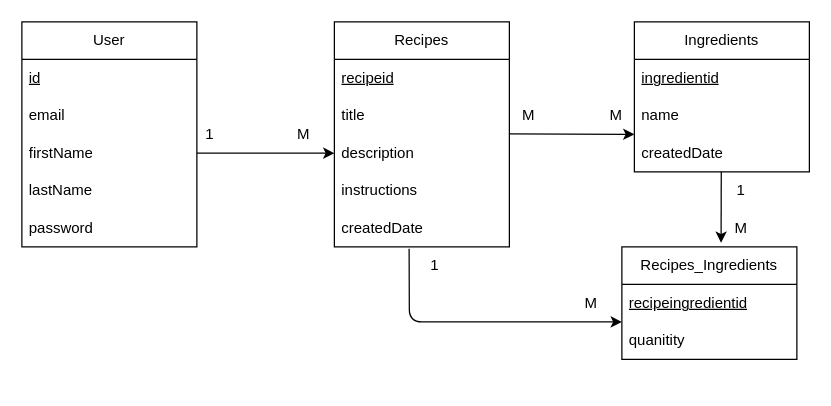
The draw.io diagram designs/Database.drawio in Linara2/AI_PHP_Recipe_Tracker_new, before the edit. Source tidied: cells renumbered, new cells numbered last; positions are measured from the earlier drawing's top-left corner, leaving out a move shared by most shapes. Both pictures are drawn from the tidied source at 125%, with x=0, y=0 at pixel (21, 21).
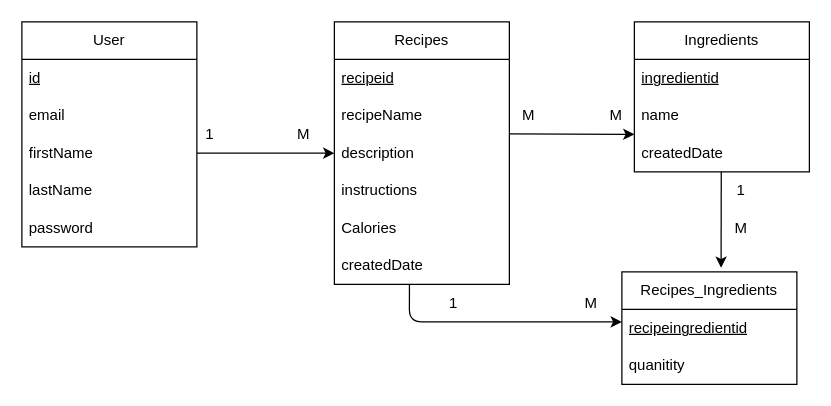
The same diagram, later.

What changed in the source:
```diff
@@
     <mxCell id="8" value="Recipes" style="swimlane;fontStyle=0;horizontal=1;startSize=30;whiteSpace=wrap;html=1;" parent="1" vertex="1">
-      <mxGeometry x="250" width="140" height="180" as="geometry" />
+      <mxGeometry x="250" width="140" height="210" as="geometry" />
     </mxCell>
@@
-    <mxCell id="10" value="title" style="text;strokeColor=none;fillColor=none;align=left;verticalAlign=middle;spacingLeft=4;spacingRight=4;overflow=hidden;whiteSpace=wrap;html=1;" parent="8" vertex="1">
+    <mxCell id="10" value="recipeName" style="text;strokeColor=none;fillColor=none;align=left;verticalAlign=middle;spacingLeft=4;spacingRight=4;overflow=hidden;whiteSpace=wrap;html=1;" parent="8" vertex="1">
       <mxGeometry y="60" width="140" height="30" as="geometry" />
     </mxCell>
@@
-    <mxCell id="13" value="createdDate" style="text;strokeColor=none;fillColor=none;align=left;verticalAlign=middle;spacingLeft=4;spacingRight=4;overflow=hidden;points=[[0,0.5],[1,0.5]];portConstraint=eastwest;whiteSpace=wrap;html=1;" parent="8" vertex="1">
+    <mxCell id="13" value="Calories&amp;nbsp;" style="text;strokeColor=none;fillColor=none;align=left;verticalAlign=middle;spacingLeft=4;spacingRight=4;overflow=hidden;points=[[0,0.5],[1,0.5]];portConstraint=eastwest;whiteSpace=wrap;html=1;" parent="8" vertex="1">
       <mxGeometry y="150" width="140" height="30" as="geometry" />
     </mxCell>
+    <mxCell id="33" value="createdDate" style="text;strokeColor=none;fillColor=none;align=left;verticalAlign=middle;spacingLeft=4;spacingRight=4;overflow=hidden;points=[[0,0.5],[1,0.5]];portConstraint=eastwest;whiteSpace=wrap;html=1;" parent="8" vertex="1">
+      <mxGeometry y="180" width="140" height="30" as="geometry" />
+    </mxCell>
@@
     <mxCell id="18" value="Recipes_Ingredients" style="swimlane;fontStyle=0;horizontal=1;startSize=30;whiteSpace=wrap;html=1;" parent="1" vertex="1">
-      <mxGeometry x="480" y="180" width="140" height="90" as="geometry" />
+      <mxGeometry x="480" y="200" width="140" height="90" as="geometry" />
     </mxCell>
@@
-    <mxCell id="27" style="edgeStyle=none;html=1;fontSize=12;exitX=0.427;exitY=1.053;exitDx=0;exitDy=0;exitPerimeter=0;" parent="1" edge="1" source="13">
+    <mxCell id="27" style="edgeStyle=none;html=1;fontSize=12;exitX=0.429;exitY=1;exitDx=0;exitDy=0;exitPerimeter=0;" parent="1" edge="1" source="33">
       <mxGeometry relative="1" as="geometry">
         <mxPoint x="480" y="240" as="targetPoint" />
         <Array as="points">
           <mxPoint x="310" y="240" />
         </Array>
       </mxGeometry>
     </mxCell>
@@
     <mxCell id="32" value="1" style="text;html=1;align=center;verticalAlign=middle;strokeColor=none;fillColor=none;fontSize=12;" parent="1" vertex="1">
-      <mxGeometry x="315" y="180" width="30" height="30" as="geometry" />
+      <mxGeometry x="330" y="210" width="30" height="30" as="geometry" />
     </mxCell>
```
